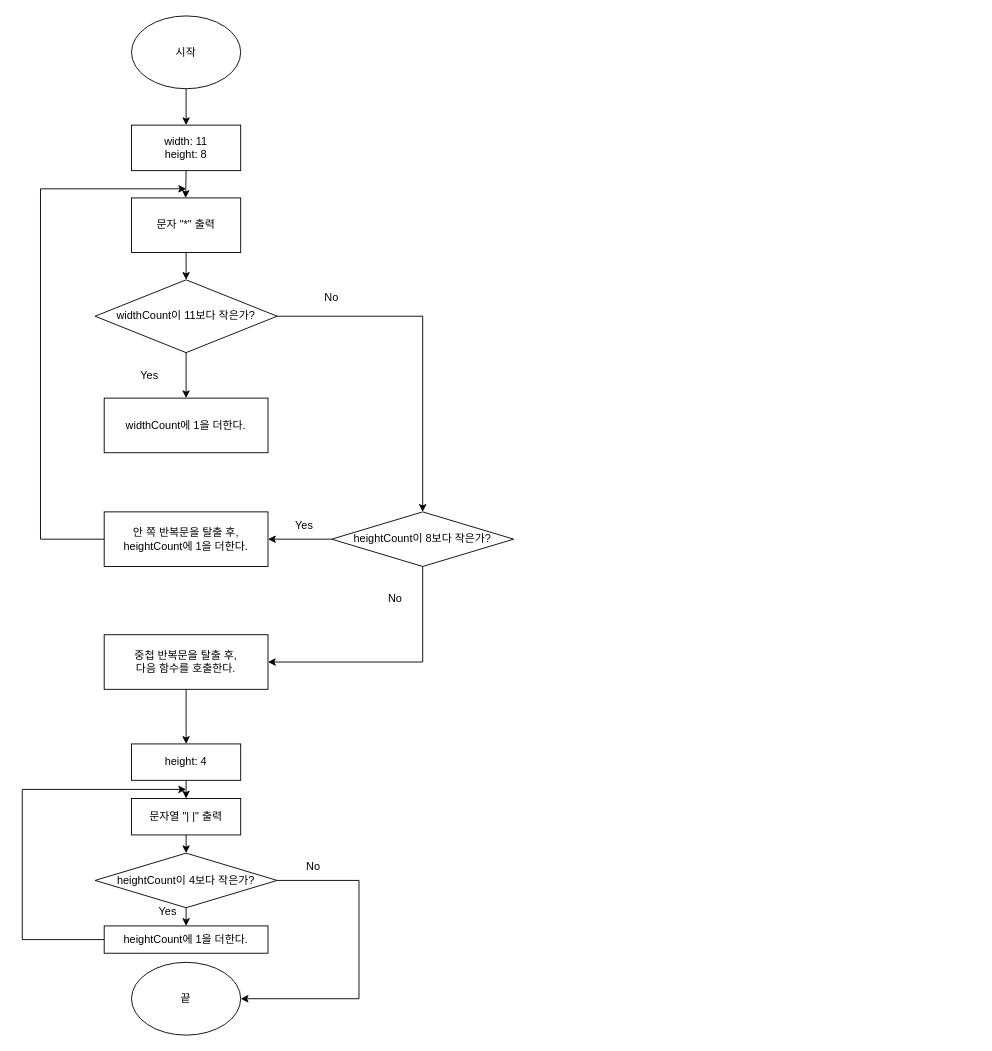
yagom-academy/swift-starter-Round1 keeps this draw.io diagram as CodeStarterCamp_Week1/week1 step2 Diagram.drawio. Above is the earlier version. Source tidied: cells renumbered, new cells numbered last; positions are measured from the earlier drawing's top-left corner, leaving out a move shared by most shapes. Both pictures are drawn from the tidied source at 91%, with x=0, y=0 at pixel (22, 15).
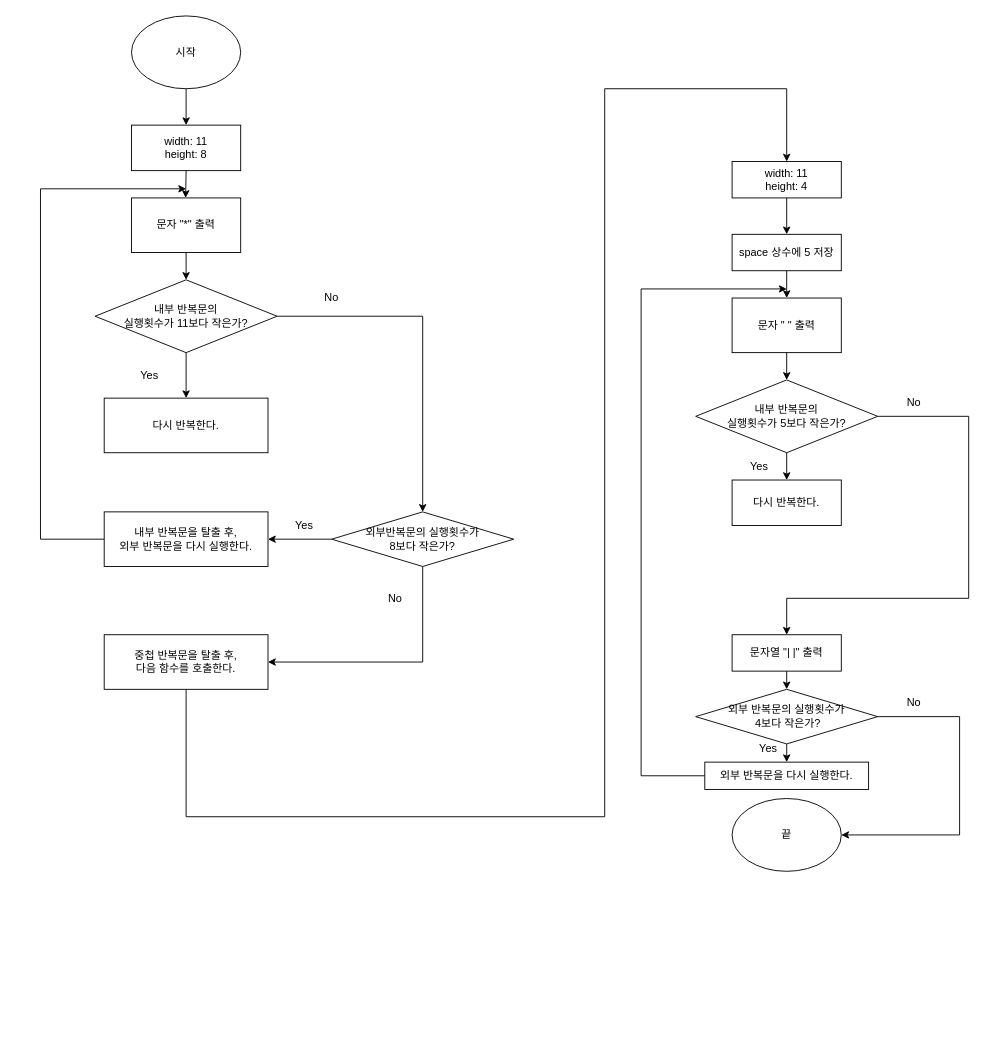
After the change.

The change refers to these unchanged cells:
```xml
<mxCell id="20" value="중첩 반복문을 탈출 후,&lt;br&gt;다음 함수를 호출한다." style="rounded=0;whiteSpace=wrap;html=1;" parent="1" vertex="1">
  <mxGeometry x="90" y="680" width="180" height="60" as="geometry" />
</mxCell>
```

Diff of the diagram source:
```diff
@@
     <mxCell id="3" value="끝" style="ellipse;whiteSpace=wrap;html=1;" parent="1" vertex="1">
-      <mxGeometry x="120" y="1040" width="120" height="80" as="geometry" />
+      <mxGeometry x="780" y="860" width="120" height="80" as="geometry" />
     </mxCell>
@@
-    <mxCell id="8" value="widthCount이 11보다 작은가?" style="rhombus;whiteSpace=wrap;html=1;" parent="1" vertex="1">
+    <mxCell id="8" value="내부 반복문의&lt;br&gt;실행횟수가 11보다 작은가?" style="rhombus;whiteSpace=wrap;html=1;" parent="1" vertex="1">
       <mxGeometry x="80" y="290" width="200" height="80" as="geometry" />
     </mxCell>
@@
-    <mxCell id="10" value="widthCount에 1을 더한다." style="rounded=0;whiteSpace=wrap;html=1;" parent="1" vertex="1">
+    <mxCell id="10" value="다시 반복한다." style="rounded=0;whiteSpace=wrap;html=1;" parent="1" vertex="1">
       <mxGeometry x="90" y="420" width="180" height="60" as="geometry" />
     </mxCell>
@@
-    <mxCell id="13" value="안 쪽 반복문을 탈출 후,&lt;br&gt;heightCount에 1을 더한다." style="rounded=0;whiteSpace=wrap;html=1;" parent="1" vertex="1">
+    <mxCell id="13" value="내부 반복문을 탈출 후,&lt;br&gt;외부 반복문을 다시 실행한다." style="rounded=0;whiteSpace=wrap;html=1;" parent="1" vertex="1">
       <mxGeometry x="90" y="545" width="180" height="60" as="geometry" />
     </mxCell>
-    <mxCell id="14" value="heightCount이 8보다 작은가?" style="rhombus;whiteSpace=wrap;html=1;" parent="1" vertex="1">
+    <mxCell id="14" value="외부반복문의 실행횟수가&lt;br&gt;8보다 작은가?" style="rhombus;whiteSpace=wrap;html=1;" parent="1" vertex="1">
       <mxGeometry x="340" y="545" width="200" height="60" as="geometry" />
     </mxCell>
@@
-    <mxCell id="22" value="height: 4" style="rounded=0;whiteSpace=wrap;html=1;" parent="1" vertex="1">
-      <mxGeometry x="120" y="800" width="120" height="40" as="geometry" />
+    <mxCell id="22" value="width: 11&lt;br&gt;height: 4" style="rounded=0;whiteSpace=wrap;html=1;" parent="1" vertex="1">
+      <mxGeometry x="780" y="160" width="120" height="40" as="geometry" />
     </mxCell>
@@
     <mxCell id="24" style="endArrow=classic;html=1;rounded=0;exitX=0.5;exitY=1;exitDx=0;exitDy=0;entryX=0.5;entryY=0;entryDx=0;entryDy=0;" parent="1" edge="1" source="20" target="22">
-      <mxGeometry relative="1" as="geometry" />
+      <mxGeometry relative="1" as="geometry">
+        <Array as="points">
+          <mxPoint x="180" y="880" />
+          <mxPoint x="640" y="880" />
+          <mxPoint x="640" y="80" />
+          <mxPoint x="840" y="80" />
+        </Array>
+      </mxGeometry>
     </mxCell>
     <mxCell id="25" value="문자열 &quot;| |&quot; 출력" style="rounded=0;whiteSpace=wrap;html=1;" parent="1" vertex="1">
-      <mxGeometry x="120" y="860" width="120" height="40" as="geometry" />
+      <mxGeometry x="780" y="680" width="120" height="40" as="geometry" />
     </mxCell>
-    <mxCell id="26" style="endArrow=classic;html=1;rounded=0;exitX=0.5;exitY=1;exitDx=0;exitDy=0;entryX=0.5;entryY=0;entryDx=0;entryDy=0;" parent="1" edge="1" source="22" target="25">
-      <mxGeometry relative="1" as="geometry" />
+    <mxCell id="26" style="endArrow=classic;html=1;rounded=0;entryX=0.5;entryY=0;entryDx=0;entryDy=0;" parent="1" edge="1" target="39">
+      <mxGeometry relative="1" as="geometry">
+        <mxPoint x="840" y="350" as="sourcePoint" />
+      </mxGeometry>
     </mxCell>
-    <mxCell id="27" value="heightCount이 4보다 작은가?" style="rhombus;whiteSpace=wrap;html=1;" parent="1" vertex="1">
-      <mxGeometry x="80" y="920" width="200" height="60" as="geometry" />
+    <mxCell id="27" value="외부 반복문의 실행횟수가&lt;br&gt;&amp;nbsp;4보다 작은가?" style="rhombus;whiteSpace=wrap;html=1;" parent="1" vertex="1">
+      <mxGeometry x="740" y="740" width="200" height="60" as="geometry" />
     </mxCell>
@@
-    <mxCell id="29" value="heightCount에 1을 더한다." style="rounded=0;whiteSpace=wrap;html=1;" parent="1" vertex="1">
-      <mxGeometry x="90" y="1000" width="180" height="30" as="geometry" />
+    <mxCell id="29" value="외부 반복문을 다시 실행한다." style="rounded=0;whiteSpace=wrap;html=1;" parent="1" vertex="1">
+      <mxGeometry x="750" y="820" width="180" height="30" as="geometry" />
     </mxCell>
@@
-    <mxCell id="31" style="endArrow=classic;html=1;rounded=0;exitX=0;exitY=0.5;exitDx=0;exitDy=0;" parent="1" edge="1" source="29">
-      <mxGeometry relative="1" as="geometry">
-        <mxPoint x="180" y="850" as="targetPoint" />
-        <Array as="points">
-          <mxPoint y="1015" />
-          <mxPoint y="850" />
-        </Array>
-      </mxGeometry>
-    </mxCell>
     <mxCell id="32" value="Yes" style="text;html=1;strokeColor=none;fillColor=none;align=center;verticalAlign=middle;whiteSpace=wrap;rounded=0;" parent="1" vertex="1">
-      <mxGeometry x="130" y="970" width="60" height="30" as="geometry" />
+      <mxGeometry x="790" y="790" width="60" height="30" as="geometry" />
     </mxCell>
     <mxCell id="33" style="endArrow=classic;html=1;rounded=0;exitX=1;exitY=0.5;exitDx=0;exitDy=0;entryX=1;entryY=0.5;entryDx=0;entryDy=0;" parent="1" edge="1" source="27" target="3">
       <mxGeometry relative="1" as="geometry">
         <Array as="points">
-          <mxPoint x="370" y="950" />
-          <mxPoint x="370" y="1080" />
+          <mxPoint x="1030" y="770" />
+          <mxPoint x="1030" y="900" />
         </Array>
       </mxGeometry>
     </mxCell>
     <mxCell id="34" value="No" style="text;html=1;strokeColor=none;fillColor=none;align=center;verticalAlign=middle;whiteSpace=wrap;rounded=0;" parent="1" vertex="1">
-      <mxGeometry x="290" y="920" width="60" height="30" as="geometry" />
+      <mxGeometry x="950" y="740" width="60" height="30" as="geometry" />
     </mxCell>
+    <mxCell id="35" value="space 상수에 5 저장" style="rounded=0;whiteSpace=wrap;html=1;" parent="1" vertex="1">
+      <mxGeometry x="780" y="240" width="120" height="40" as="geometry" />
+    </mxCell>
+    <mxCell id="36" style="endArrow=classic;html=1;rounded=0;exitX=0.5;exitY=1;exitDx=0;exitDy=0;entryX=0.5;entryY=0;entryDx=0;entryDy=0;" parent="1" edge="1" source="22" target="35">
+      <mxGeometry relative="1" as="geometry" />
+    </mxCell>
+    <mxCell id="37" value="문자 &quot; &quot; 출력" style="rounded=0;whiteSpace=wrap;html=1;" parent="1" vertex="1">
+      <mxGeometry x="780" y="310" width="120" height="60" as="geometry" />
+    </mxCell>
+    <mxCell id="38" style="endArrow=classic;html=1;rounded=0;exitX=0.5;exitY=1;exitDx=0;exitDy=0;entryX=0.5;entryY=0;entryDx=0;entryDy=0;" parent="1" edge="1" source="35" target="37">
+      <mxGeometry relative="1" as="geometry" />
+    </mxCell>
+    <mxCell id="39" value="내부 반복문의&lt;br&gt;실행횟수가 5보다 작은가?" style="rhombus;whiteSpace=wrap;html=1;" parent="1" vertex="1">
+      <mxGeometry x="740" y="400" width="200" height="80" as="geometry" />
+    </mxCell>
+    <mxCell id="40" style="endArrow=classic;html=1;rounded=0;exitX=0.5;exitY=1;exitDx=0;exitDy=0;" parent="1" edge="1" source="39" target="41">
+      <mxGeometry relative="1" as="geometry" />
+    </mxCell>
+    <mxCell id="41" value="다시 반복한다." style="rounded=0;whiteSpace=wrap;html=1;" parent="1" vertex="1">
+      <mxGeometry x="780" y="510" width="120" height="50" as="geometry" />
+    </mxCell>
+    <mxCell id="42" value="Yes" style="text;html=1;strokeColor=none;fillColor=none;align=center;verticalAlign=middle;whiteSpace=wrap;rounded=0;" parent="1" vertex="1">
+      <mxGeometry x="780" y="480" width="60" height="30" as="geometry" />
+    </mxCell>
+    <mxCell id="43" style="endArrow=classic;html=1;rounded=0;exitX=1;exitY=0.5;exitDx=0;exitDy=0;entryX=0.5;entryY=0;entryDx=0;entryDy=0;" parent="1" edge="1" source="39" target="25">
+      <mxGeometry relative="1" as="geometry">
+        <Array as="points">
+          <mxPoint x="1040" y="440" />
+          <mxPoint x="1040" y="640" />
+          <mxPoint x="840" y="640" />
+        </Array>
+      </mxGeometry>
+    </mxCell>
+    <mxCell id="44" value="No" style="text;html=1;strokeColor=none;fillColor=none;align=center;verticalAlign=middle;whiteSpace=wrap;rounded=0;" parent="1" vertex="1">
+      <mxGeometry x="950" y="410" width="60" height="30" as="geometry" />
+    </mxCell>
+    <mxCell id="45" style="endArrow=classic;html=1;rounded=0;exitX=0;exitY=0.5;exitDx=0;exitDy=0;" parent="1" edge="1" source="29">
+      <mxGeometry relative="1" as="geometry">
+        <mxPoint x="840" y="300" as="targetPoint" />
+        <Array as="points">
+          <mxPoint x="680" y="835" />
+          <mxPoint x="680" y="300" />
+        </Array>
+      </mxGeometry>
+    </mxCell>
```
